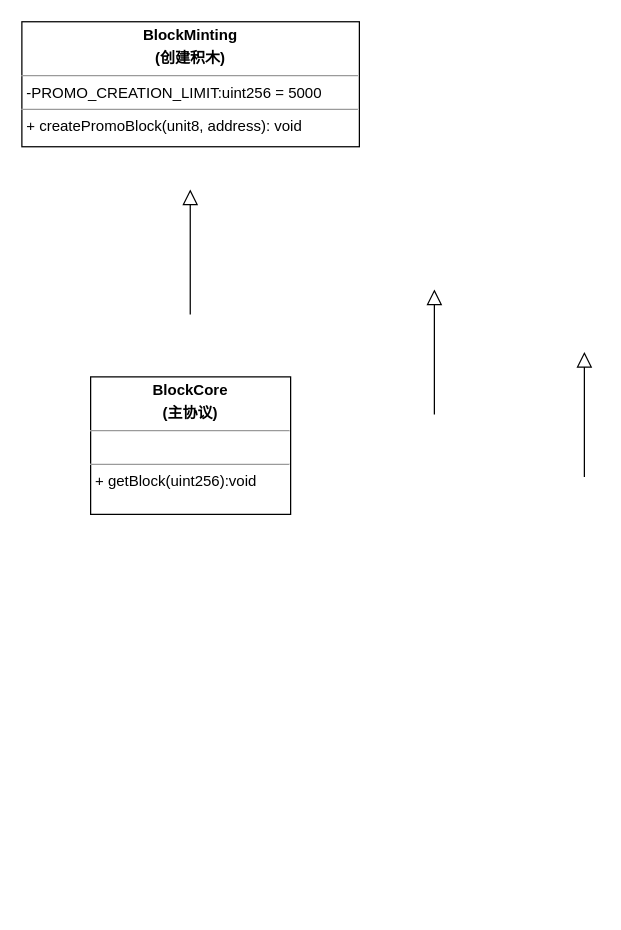
SeaAsters/BlockFactory keeps this draw.io diagram as UML类图1.drawio. Above is the earlier version. Source tidied: cells renumbered, new cells numbered last; positions are measured from the earlier drawing's top-left corner, leaving out a move shared by most shapes. Both pictures are drawn from the tidied source at 125%, with x=0, y=0 at pixel (21, 21).
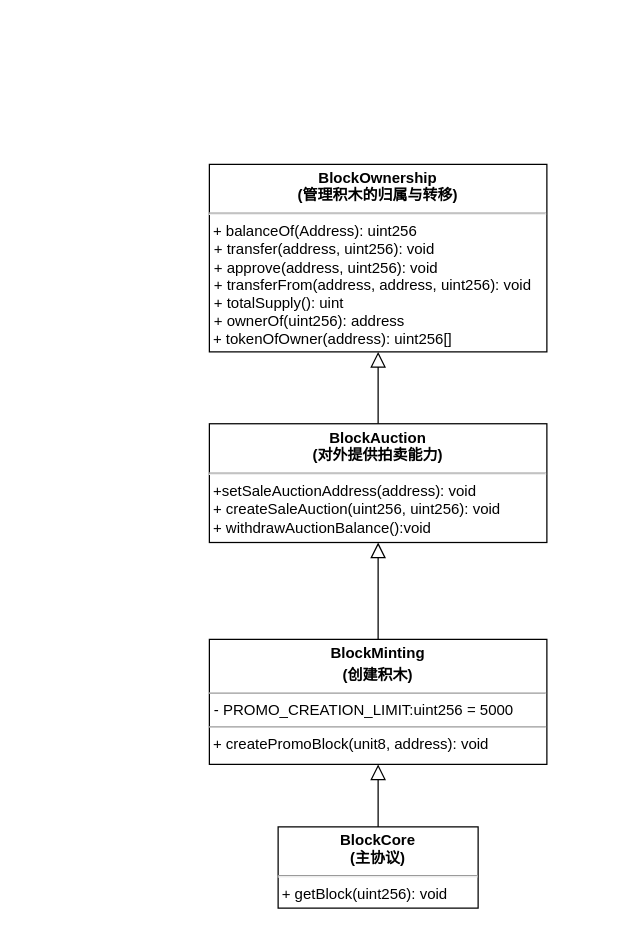
Above is the later version.

Diff of the diagram source:
```diff
@@
 <mxGraphModel>
   <root>
     <mxCell id="0" />
     <mxCell id="1" parent="0" />
-    <mxCell id="2" style="endArrow=block;endSize=10;endFill=0;shadow=0;strokeWidth=1;rounded=0;edgeStyle=elbowEdgeStyle;elbow=vertical;" parent="1" edge="1">
-      <mxGeometry relative="1" as="geometry">
-        <mxPoint x="134.7" y="234" as="sourcePoint" />
-        <mxPoint x="134.7" y="134" as="targetPoint" />
-      </mxGeometry>
-    </mxCell>
-    <mxCell id="3" value="&lt;p style=&quot;margin:0px;margin-top:4px;text-align:center;&quot;&gt;&lt;b&gt;BlockCore&lt;/b&gt;&lt;/p&gt;&lt;p style=&quot;margin:0px;margin-top:4px;text-align:center;&quot;&gt;&lt;b&gt;(主协议)&lt;br&gt;&lt;/b&gt;&lt;/p&gt;&lt;hr size=&quot;1&quot;&gt;&lt;p style=&quot;margin:0px;margin-left:4px;&quot;&gt;&lt;br&gt;&lt;/p&gt;&lt;hr size=&quot;1&quot;&gt;&lt;p style=&quot;margin:0px;margin-left:4px;&quot;&gt;+ getBlock(uint256):void&lt;br&gt;&lt;/p&gt;" style="verticalAlign=top;align=left;overflow=fill;fontSize=12;fontFamily=Helvetica;html=1;whiteSpace=wrap;" parent="1" vertex="1">
-      <mxGeometry x="55" y="284" width="160" height="110" as="geometry" />
-    </mxCell>
-    <mxCell id="4" value="&lt;p style=&quot;margin:0px;margin-top:4px;text-align:center;&quot;&gt;&lt;b&gt;BlockMinting&lt;/b&gt;&lt;/p&gt;&lt;p style=&quot;margin:0px;margin-top:4px;text-align:center;&quot;&gt;&lt;b&gt;(创建积木)&lt;br&gt;&lt;/b&gt;&lt;/p&gt;&lt;hr size=&quot;1&quot;&gt;&lt;p style=&quot;margin:0px;margin-left:4px;&quot;&gt;-PROMO_CREATION_LIMIT:uint256 = 5000&lt;br&gt;&lt;/p&gt;&lt;hr size=&quot;1&quot;&gt;&lt;p style=&quot;margin:0px;margin-left:4px;&quot;&gt;+ createPromoBlock(unit8, address): void&lt;br&gt;&lt;/p&gt;" style="verticalAlign=top;align=left;overflow=fill;fontSize=12;fontFamily=Helvetica;html=1;whiteSpace=wrap;" parent="1" vertex="1">
-      <mxGeometry y="-0.1" width="270" height="100" as="geometry" />
-    </mxCell>
-    <mxCell id="5" style="endArrow=block;endSize=10;endFill=0;shadow=0;strokeWidth=1;rounded=0;edgeStyle=elbowEdgeStyle;elbow=vertical;" parent="1" edge="1">
-      <mxGeometry relative="1" as="geometry">
-        <mxPoint x="330" y="314" as="sourcePoint" />
-        <mxPoint x="330" y="214" as="targetPoint" />
-      </mxGeometry>
-    </mxCell>
-    <mxCell id="6" style="endArrow=block;endSize=10;endFill=0;shadow=0;strokeWidth=1;rounded=0;edgeStyle=elbowEdgeStyle;elbow=vertical;" parent="1" edge="1">
-      <mxGeometry relative="1" as="geometry">
-        <mxPoint x="450" y="364" as="sourcePoint" />
-        <mxPoint x="450" y="264" as="targetPoint" />
-      </mxGeometry>
-    </mxCell>
+    <mxCell id="7" style="endArrow=block;endSize=10;endFill=0;shadow=0;strokeWidth=1;rounded=0;edgeStyle=elbowEdgeStyle;elbow=vertical;entryX=0.5;entryY=1;entryDx=0;entryDy=0;exitX=0.5;exitY=0;exitDx=0;exitDy=0;" parent="1" edge="1" source="10" target="8">
+      <mxGeometry relative="1" as="geometry" />
+    </mxCell>
+    <mxCell id="8" value="&lt;p style=&quot;margin:0px;margin-top:4px;text-align:center;&quot;&gt;&lt;b&gt;BlockMinting&lt;/b&gt;&lt;/p&gt;&lt;p style=&quot;margin:0px;margin-top:4px;text-align:center;&quot;&gt;&lt;b&gt;(创建积木)&lt;br&gt;&lt;/b&gt;&lt;/p&gt;&lt;hr size=&quot;1&quot;&gt;&lt;p style=&quot;margin:0px;margin-left:4px;&quot;&gt;- PROMO_CREATION_LIMIT:uint256 = 5000&lt;br&gt;&lt;/p&gt;&lt;hr size=&quot;1&quot;&gt;&amp;nbsp;+ createPromoBlock(unit8, address): void" style="verticalAlign=top;align=left;overflow=fill;fontSize=12;fontFamily=Helvetica;html=1;whiteSpace=wrap;" parent="1" vertex="1">
+      <mxGeometry x="150" y="494" width="270" height="100" as="geometry" />
+    </mxCell>
+    <mxCell id="9" style="endArrow=block;endSize=10;endFill=0;shadow=0;strokeWidth=1;rounded=0;edgeStyle=elbowEdgeStyle;elbow=vertical;entryX=0.5;entryY=1;entryDx=0;entryDy=0;exitX=0.5;exitY=0;exitDx=0;exitDy=0;" parent="1" edge="1" source="8" target="13">
+      <mxGeometry relative="1" as="geometry" />
+    </mxCell>
+    <mxCell id="10" value="&lt;p style=&quot;margin:0px;margin-top:4px;text-align:center;&quot;&gt;&lt;b&gt;BlockCore&lt;/b&gt;&lt;/p&gt;&lt;div align=&quot;center&quot;&gt;&lt;b&gt;(主协议)&lt;/b&gt;&lt;/div&gt;&lt;p style=&quot;margin:0px;margin-top:4px;text-align:center;text-decoration:underline;&quot;&gt;&lt;/p&gt;&lt;hr&gt;&amp;nbsp;+ getBlock(uint256): void&lt;br&gt;&lt;p style=&quot;margin:0px;margin-left:8px;&quot;&gt;&lt;/p&gt;" style="verticalAlign=top;align=left;overflow=fill;fontSize=12;fontFamily=Helvetica;html=1;whiteSpace=wrap;" parent="1" vertex="1">
+      <mxGeometry x="205" y="644" width="160" height="65" as="geometry" />
+    </mxCell>
+    <mxCell id="11" value="&lt;p style=&quot;margin:0px;margin-top:4px;text-align:center;&quot;&gt;&lt;b&gt;BlockOwnership&lt;/b&gt;&lt;/p&gt;&lt;div align=&quot;center&quot;&gt;&lt;b&gt;(管理积木的归属与转移)&lt;/b&gt;&lt;/div&gt;&lt;p style=&quot;margin:0px;margin-top:4px;text-align:center;text-decoration:underline;&quot;&gt;&lt;/p&gt;&lt;hr&gt;&amp;nbsp;+ balanceOf(Address): uint256&lt;p style=&quot;margin:0px;margin-left:4px;&quot;&gt;+ transfer(address, uint256): void&lt;/p&gt;&lt;p style=&quot;margin:0px;margin-left:4px;&quot;&gt;+ approve(address, uint256): void&lt;/p&gt;&lt;p style=&quot;margin:0px;margin-left:4px;&quot;&gt;+ transferFrom(address, address, uint256): void&lt;br&gt;&lt;/p&gt;&lt;p style=&quot;margin:0px;margin-left:4px;&quot;&gt;+ totalSupply(): uint&lt;/p&gt;&lt;p style=&quot;margin:0px;margin-left:4px;&quot;&gt;+ ownerOf(uint256): address&lt;/p&gt;&amp;nbsp;+ tokenOfOwner(address): uint256[]&lt;p style=&quot;margin:0px;margin-left:8px;&quot;&gt;&lt;/p&gt;" style="verticalAlign=top;align=left;overflow=fill;fontSize=12;fontFamily=Helvetica;html=1;whiteSpace=wrap;" parent="1" vertex="1">
+      <mxGeometry x="150" y="114" width="270" height="150" as="geometry" />
+    </mxCell>
+    <mxCell id="12" style="endArrow=block;endSize=10;endFill=0;shadow=0;strokeWidth=1;rounded=0;edgeStyle=elbowEdgeStyle;elbow=vertical;entryX=0.5;entryY=1;entryDx=0;entryDy=0;exitX=0.5;exitY=0;exitDx=0;exitDy=0;" parent="1" edge="1" source="13" target="11">
+      <mxGeometry relative="1" as="geometry" />
+    </mxCell>
+    <mxCell id="13" value="&lt;p align=&quot;center&quot; style=&quot;margin: 4px 0px 0px;&quot;&gt;&lt;b&gt;BlockAuction&lt;/b&gt;&lt;/p&gt;&lt;div align=&quot;center&quot;&gt;&lt;b&gt;(对外提供拍卖能力)&lt;/b&gt;&lt;/div&gt;&lt;p style=&quot;margin:0px;margin-top:4px;text-align:center;text-decoration:underline;&quot;&gt;&lt;/p&gt;&lt;hr&gt;&lt;div&gt;&amp;nbsp;+setSaleAuctionAddress(address): void&lt;/div&gt;&lt;div&gt;&amp;nbsp;+ createSaleAuction(uint256, uint256): void&lt;/div&gt;&lt;div&gt;&amp;nbsp;+ withdrawAuctionBalance():void&lt;/div&gt;&lt;div&gt;&lt;br&gt;&lt;/div&gt;&lt;p style=&quot;margin:0px;margin-left:8px;&quot;&gt;&lt;/p&gt;" style="verticalAlign=top;align=left;overflow=fill;fontSize=12;fontFamily=Helvetica;html=1;whiteSpace=wrap;" parent="1" vertex="1">
+      <mxGeometry x="150" y="321.5" width="270" height="95" as="geometry" />
+    </mxCell>
   </root>
 </mxGraphModel>
```
